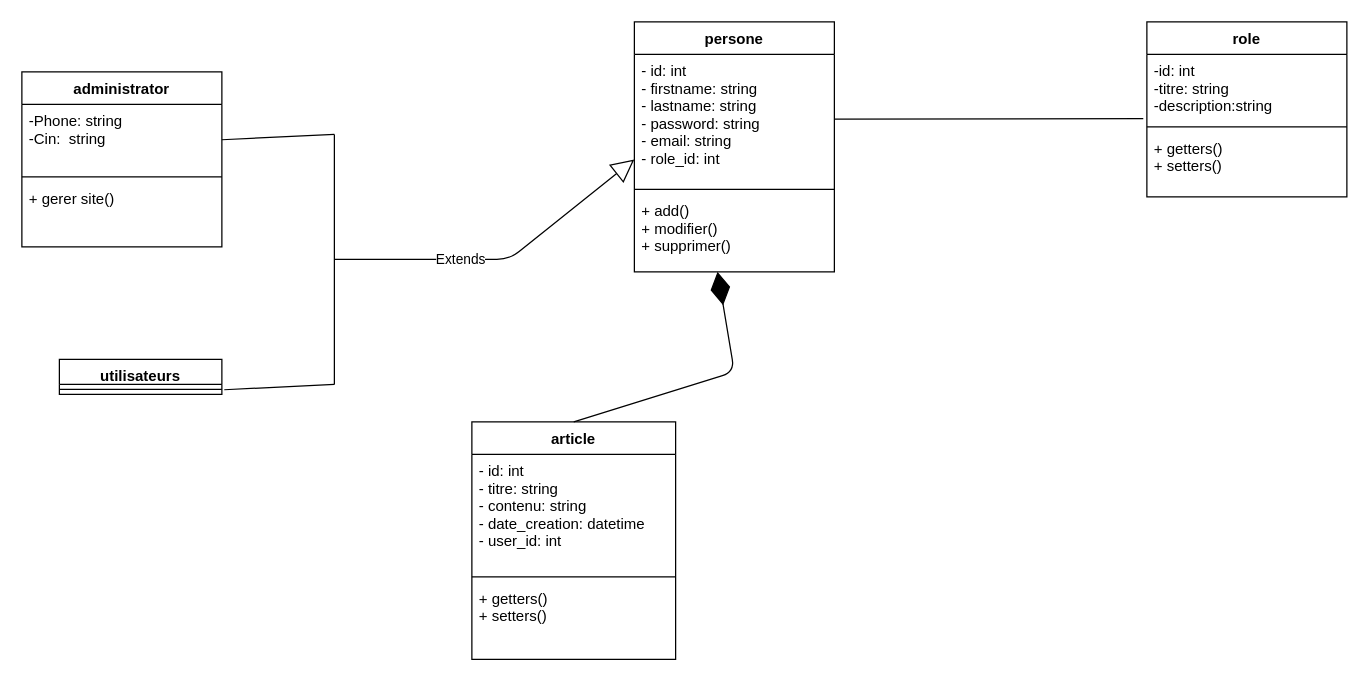
The draw.io diagram diagrams.drawio in HakiMohamed/YouCrafting, before the edit. Source tidied: cells renumbered, new cells numbered last; positions are measured from the earlier drawing's top-left corner, leaving out a move shared by most shapes. Both pictures are drawn from the tidied source at 125%, with x=0, y=0 at pixel (21, 21).
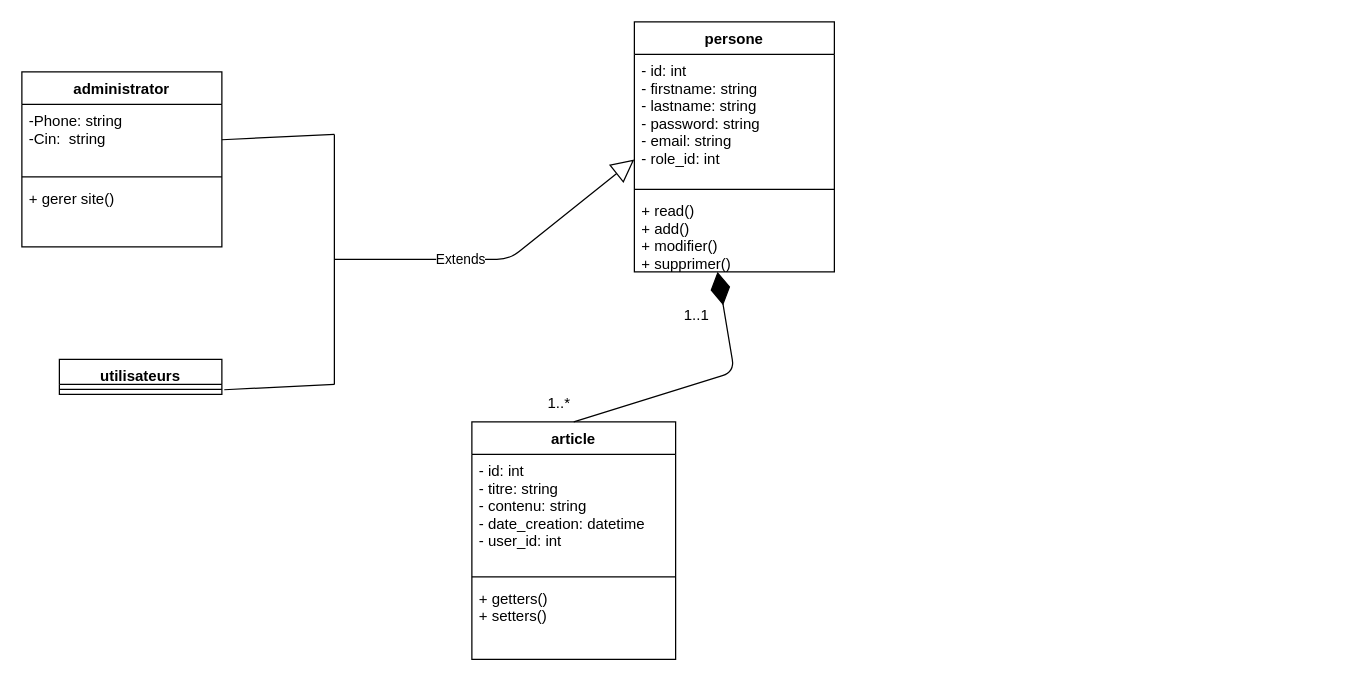
The same page after the edit.

Unchanged cells that the change refers to:
```xml
<mxCell id="2" value="persone" style="swimlane;fontStyle=1;align=center;verticalAlign=top;horizontal=1;startSize=26;" parent="1" vertex="1">
  <mxGeometry x="490" width="160" height="200" as="geometry" />
</mxCell>
<mxCell id="3" value="- id: int&#10;- firstname: string&#10;- lastname: string&#10;- password: string&#10;- email: string&#10;- role_id: int " style="text;strokeColor=none;fillColor=none;align=left;verticalAlign=top;spacingLeft=4;spacingRight=4;overflow=hidden;points=[[0,0.5],[1,0.5]];portConstraint=eastwest;" parent="2" vertex="1">
  <mxGeometry y="26" width="160" height="104" as="geometry" />
</mxCell>
```

What changed in the source:
```diff
@@
-    <mxCell id="5" value="+ add()&#10;+ modifier()&#10;+ supprimer()&#10;" style="text;strokeColor=none;fillColor=none;align=left;verticalAlign=top;spacingLeft=4;spacingRight=4;overflow=hidden;points=[[0,0.5],[1,0.5]];portConstraint=eastwest;" parent="2" vertex="1">
+    <mxCell id="5" value="+ read()&#10;+ add()&#10;+ modifier()&#10;+ supprimer()&#10;" style="text;strokeColor=none;fillColor=none;align=left;verticalAlign=top;spacingLeft=4;spacingRight=4;overflow=hidden;points=[[0,0.5],[1,0.5]];portConstraint=eastwest;" parent="2" vertex="1">
       <mxGeometry y="138" width="160" height="62" as="geometry" />
     </mxCell>
@@
-    <mxCell id="11" value="role" style="swimlane;fontStyle=1;align=center;verticalAlign=top;horizontal=1;startSize=26;" parent="1" vertex="1">
-      <mxGeometry x="900" width="160" height="140" as="geometry" />
-    </mxCell>
-    <mxCell id="12" value="-id: int&#10;-titre: string&#10;-description:string" style="text;strokeColor=none;fillColor=none;align=left;verticalAlign=top;spacingLeft=4;spacingRight=4;overflow=hidden;points=[[0,0.5],[1,0.5]];portConstraint=eastwest;" parent="11" vertex="1">
-      <mxGeometry y="26" width="160" height="54" as="geometry" />
-    </mxCell>
-    <mxCell id="13" style="line;strokeWidth=1;fillColor=none;align=left;verticalAlign=middle;spacingTop=-1;spacingLeft=3;spacingRight=3;labelPosition=right;strokeColor=inherit;" parent="11" vertex="1">
-      <mxGeometry y="80" width="160" height="8" as="geometry" />
-    </mxCell>
-    <mxCell id="14" value="+ getters()&#10;+ setters()" style="text;strokeColor=none;fillColor=none;align=left;verticalAlign=top;spacingLeft=4;spacingRight=4;overflow=hidden;" parent="11" vertex="1">
-      <mxGeometry y="88" width="160" height="52" as="geometry" />
-    </mxCell>
-    <mxCell id="15" style="endArrow=none;html=1;exitX=-0.018;exitY=0.951;exitDx=0;exitDy=0;exitPerimeter=0;" parent="1" edge="1" source="12" target="3">
-      <mxGeometry relative="1" as="geometry" />
-    </mxCell>
@@
+    <mxCell id="26" value="1..1" style="text;html=1;strokeColor=none;fillColor=none;align=center;verticalAlign=middle;whiteSpace=wrap;rounded=0;glass=0;" parent="1" vertex="1">
+      <mxGeometry x="510" y="220" width="60" height="30" as="geometry" />
+    </mxCell>
+    <mxCell id="27" value="1..*" style="text;html=1;strokeColor=none;fillColor=none;align=center;verticalAlign=middle;whiteSpace=wrap;rounded=0;glass=0;" parent="1" vertex="1">
+      <mxGeometry x="400" y="290" width="60" height="30" as="geometry" />
+    </mxCell>
```
